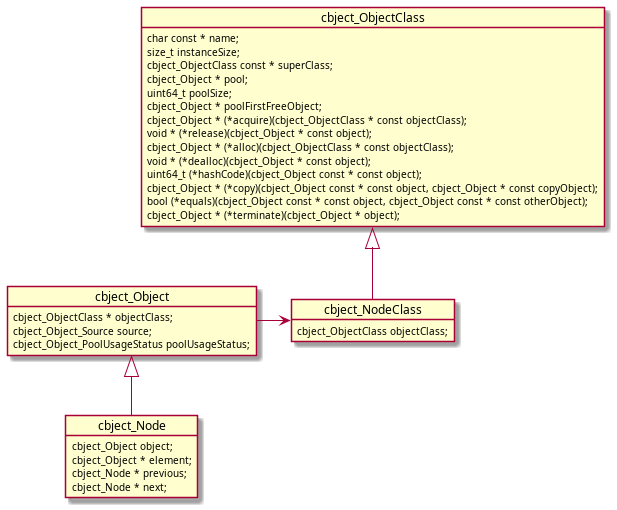
This is docs/media/diag-node.png from alexmarincu/Cbject, a PlantUML export, as it was before one commit.
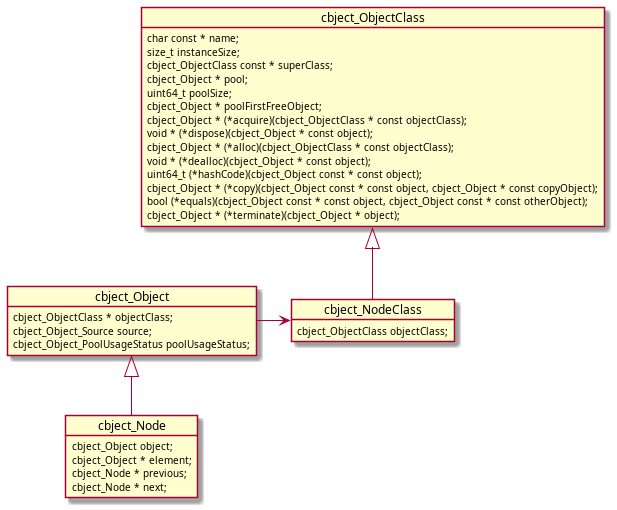
After the change.

Change to the diagram source:
```diff
@@ -21,7 +21,7 @@
     uint64_t poolSize;
     cbject_Object * poolFirstFreeObject;
     cbject_Object * (*acquire)(cbject_ObjectClass * const objectClass);
-    void * (*release)(cbject_Object * const object);
+    void * (*dispose)(cbject_Object * const object);
     cbject_Object * (*alloc)(cbject_ObjectClass * const objectClass);
     void * (*dealloc)(cbject_Object * const object);
     uint64_t (*hashCode)(cbject_Object const * const object);
```
